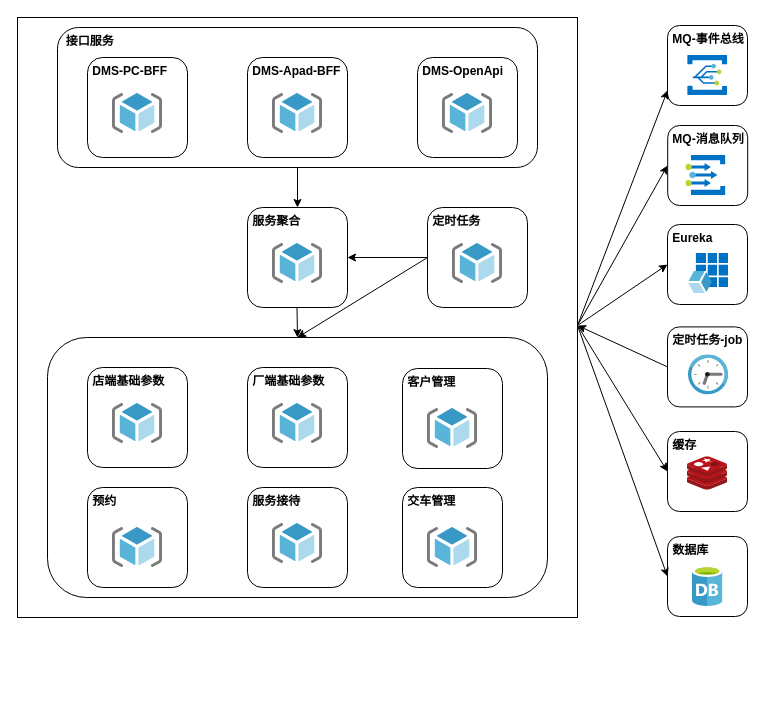
Above: 服务模块应用架构图.drawio in Fat-Rice/study (draw.io), before the change. Source tidied: cells renumbered, new cells numbered last; positions are measured from the earlier drawing's top-left corner, leaving out a move shared by most shapes. Both pictures are drawn from the tidied source at 100%, with x=0, y=0 at pixel (17, 17).
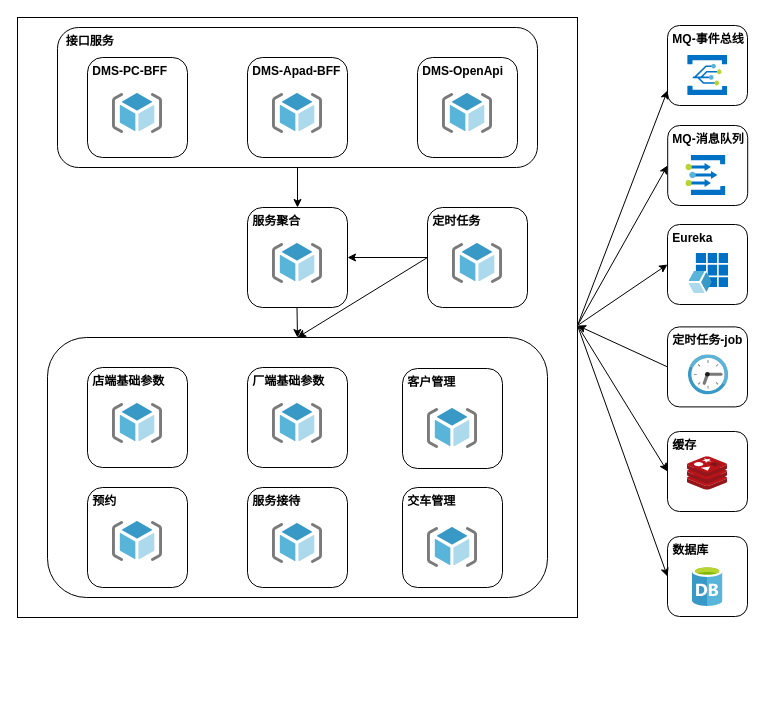
The same diagram, later.

Commit message (it also covers changes not shown here):
更新服务模块应用架构图.drawio

Diff of the diagram source:
```diff
@@
     <mxCell id="36" style="group;" parent="1" vertex="1">
-      <mxGeometry x="70" y="450" width="100" height="219" as="geometry" />
+      <mxGeometry x="70" y="460" width="100" height="110" as="geometry" />
     </mxCell>
     <mxCell id="37" value="&lt;b&gt;&amp;nbsp;预约&lt;/b&gt;" style="rounded=1;whiteSpace=wrap;html=1;align=left;verticalAlign=top;" parent="36" vertex="1">
-      <mxGeometry y="20" width="100" height="100" as="geometry" />
+      <mxGeometry y="10" width="100" height="100" as="geometry" />
     </mxCell>
-    <mxCell id="38" style="sketch=0;html=1;align=center;image;fontSize=12;image=img/lib/mscae/ResourceGroup.svg;" parent="36" vertex="1">
-      <mxGeometry x="25" y="60" width="50" height="40" as="geometry" />
-    </mxCell>
+    <mxCell id="61" style="sketch=0;html=1;align=center;image;fontSize=12;image=img/lib/mscae/ResourceGroup.svg;" parent="36" vertex="1">
+      <mxGeometry x="25" y="44" width="50" height="40" as="geometry" />
+    </mxCell>
```
